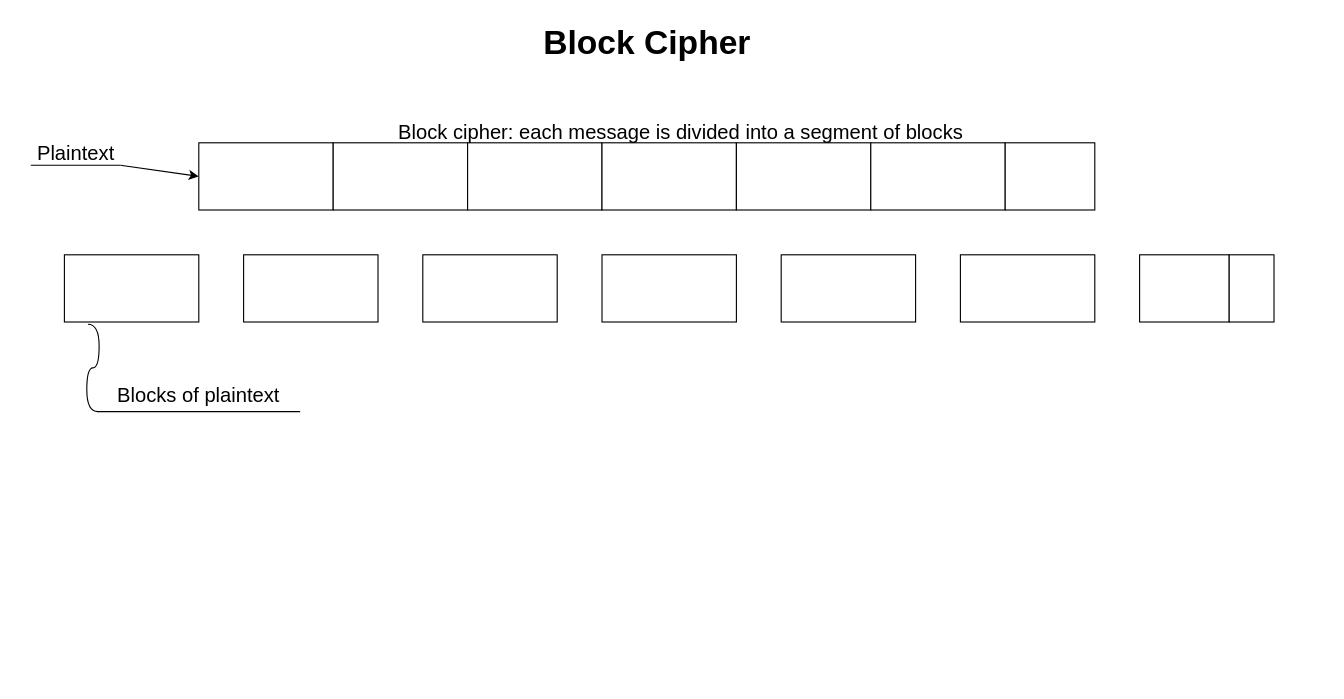
ProTapia/IST-215-Notes keeps this draw.io diagram as Block Cipher.drawio. Above is the earlier version. Source tidied: cells renumbered, new cells numbered last; positions are measured from the earlier drawing's top-left corner, leaving out a move shared by most shapes. Both pictures are drawn from the tidied source at 112%, with x=0, y=0 at pixel (30, 19).
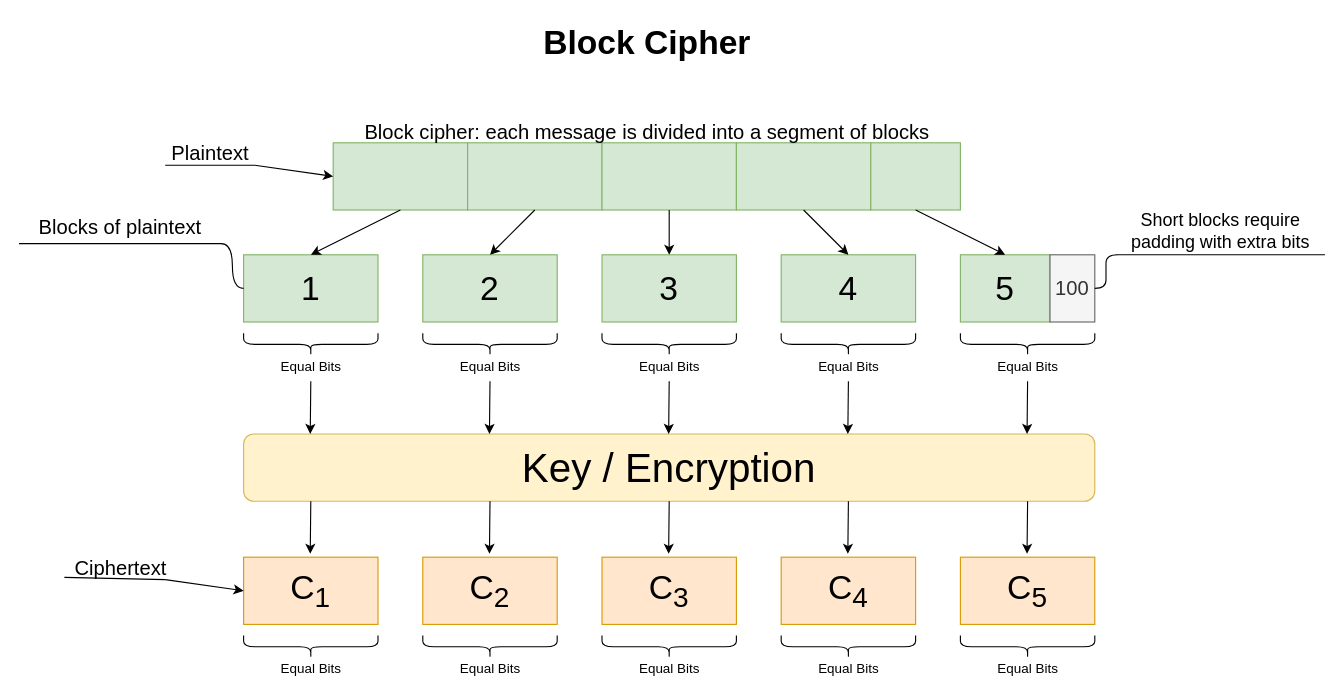
The same diagram, later.

Change to the diagram source:
```diff
@@
-    <mxCell id="3" style="rounded=0;whiteSpace=wrap;html=1;fontSize=30;" parent="1" vertex="1">
-      <mxGeometry x="150" y="110" width="120" height="60" as="geometry" />
-    </mxCell>
-    <mxCell id="4" style="rounded=0;whiteSpace=wrap;html=1;fontSize=30;" parent="1" vertex="1">
+    <mxCell id="4" style="rounded=0;whiteSpace=wrap;html=1;fontSize=30;fillColor=#d5e8d4;strokeColor=#82b366;" parent="1" vertex="1">
       <mxGeometry x="270" y="110" width="120" height="60" as="geometry" />
     </mxCell>
-    <mxCell id="5" style="rounded=0;whiteSpace=wrap;html=1;fontSize=30;" parent="1" vertex="1">
+    <mxCell id="5" style="rounded=0;whiteSpace=wrap;html=1;fontSize=30;fillColor=#d5e8d4;strokeColor=#82b366;" parent="1" vertex="1">
       <mxGeometry x="390" y="110" width="120" height="60" as="geometry" />
     </mxCell>
-    <mxCell id="6" style="rounded=0;whiteSpace=wrap;html=1;fontSize=30;" parent="1" vertex="1">
+    <mxCell id="6" style="rounded=0;whiteSpace=wrap;html=1;fontSize=30;fillColor=#d5e8d4;strokeColor=#82b366;" parent="1" vertex="1">
       <mxGeometry x="510" y="110" width="120" height="60" as="geometry" />
     </mxCell>
-    <mxCell id="7" style="rounded=0;whiteSpace=wrap;html=1;fontSize=30;" parent="1" vertex="1">
+    <mxCell id="7" style="rounded=0;whiteSpace=wrap;html=1;fontSize=30;fillColor=#d5e8d4;strokeColor=#82b366;" parent="1" vertex="1">
       <mxGeometry x="630" y="110" width="120" height="60" as="geometry" />
     </mxCell>
-    <mxCell id="8" style="rounded=0;whiteSpace=wrap;html=1;fontSize=30;" parent="1" vertex="1">
-      <mxGeometry x="750" y="110" width="120" height="60" as="geometry" />
-    </mxCell>
-    <mxCell id="9" style="rounded=0;whiteSpace=wrap;html=1;fontSize=30;" parent="1" vertex="1">
-      <mxGeometry x="870" y="110" width="80" height="60" as="geometry" />
+    <mxCell id="9" style="rounded=0;whiteSpace=wrap;html=1;fontSize=30;fillColor=#d5e8d4;strokeColor=#82b366;" parent="1" vertex="1">
+      <mxGeometry x="750" y="110" width="80" height="60" as="geometry" />
     </mxCell>
     <mxCell id="10" value="&lt;font style=&quot;font-size: 18px&quot;&gt;Plaintext&lt;/font&gt;" style="text;html=1;align=center;verticalAlign=middle;fontSize=30;" parent="1" vertex="1">
-      <mxGeometry y="90" width="80" height="50" as="geometry" />
+      <mxGeometry x="120" y="90" width="80" height="50" as="geometry" />
     </mxCell>
     <mxCell id="11" style="endArrow=none;html=1;fontSize=30;" parent="1" edge="1">
       <mxGeometry relative="1" as="geometry">
-        <mxPoint y="130" as="sourcePoint" />
-        <mxPoint x="80" y="130" as="targetPoint" />
+        <mxPoint x="120" y="130" as="sourcePoint" />
+        <mxPoint x="200" y="130" as="targetPoint" />
       </mxGeometry>
     </mxCell>
-    <mxCell id="12" style="endArrow=classic;html=1;fontSize=30;entryX=0;entryY=0.5;entryDx=0;entryDy=0;" parent="1" edge="1" target="3">
+    <mxCell id="12" style="endArrow=classic;html=1;fontSize=30;entryX=0;entryY=0.5;entryDx=0;entryDy=0;" parent="1" edge="1">
       <mxGeometry relative="1" as="geometry">
-        <mxPoint x="80" y="130" as="sourcePoint" />
+        <mxPoint x="200" y="130" as="sourcePoint" />
+        <mxPoint x="270" y="140" as="targetPoint" />
       </mxGeometry>
     </mxCell>
     <mxCell id="13" value="&lt;font style=&quot;font-size: 18px&quot;&gt;Block cipher: each message is divided into a segment of blocks&lt;/font&gt;" style="text;html=1;align=center;verticalAlign=middle;fontSize=30;" parent="1" vertex="1">
-      <mxGeometry x="320" y="71" width="520" height="50" as="geometry" />
+      <mxGeometry x="290" y="71" width="520" height="50" as="geometry" />
     </mxCell>
-    <mxCell id="14" style="rounded=0;whiteSpace=wrap;html=1;fontSize=30;" parent="1" vertex="1">
-      <mxGeometry x="30" y="210" width="120" height="60" as="geometry" />
-    </mxCell>
-    <mxCell id="15" style="rounded=0;whiteSpace=wrap;html=1;fontSize=30;" parent="1" vertex="1">
+    <mxCell id="15" value="1" style="rounded=0;whiteSpace=wrap;html=1;fontSize=30;fillColor=#d5e8d4;strokeColor=#82b366;" parent="1" vertex="1">
       <mxGeometry x="190" y="210" width="120" height="60" as="geometry" />
     </mxCell>
-    <mxCell id="16" style="rounded=0;whiteSpace=wrap;html=1;fontSize=30;" parent="1" vertex="1">
+    <mxCell id="16" value="2" style="rounded=0;whiteSpace=wrap;html=1;fontSize=30;fillColor=#d5e8d4;strokeColor=#82b366;" parent="1" vertex="1">
       <mxGeometry x="350" y="210" width="120" height="60" as="geometry" />
     </mxCell>
-    <mxCell id="17" style="rounded=0;whiteSpace=wrap;html=1;fontSize=30;" parent="1" vertex="1">
+    <mxCell id="17" value="3" style="rounded=0;whiteSpace=wrap;html=1;fontSize=30;fillColor=#d5e8d4;strokeColor=#82b366;" parent="1" vertex="1">
       <mxGeometry x="510" y="210" width="120" height="60" as="geometry" />
     </mxCell>
-    <mxCell id="18" style="rounded=0;whiteSpace=wrap;html=1;fontSize=30;" parent="1" vertex="1">
+    <mxCell id="18" value="4" style="rounded=0;whiteSpace=wrap;html=1;fontSize=30;fillColor=#d5e8d4;strokeColor=#82b366;" parent="1" vertex="1">
       <mxGeometry x="670" y="210" width="120" height="60" as="geometry" />
     </mxCell>
-    <mxCell id="19" style="rounded=0;whiteSpace=wrap;html=1;fontSize=30;" parent="1" vertex="1">
-      <mxGeometry x="830" y="210" width="120" height="60" as="geometry" />
-    </mxCell>
-    <mxCell id="20" style="rounded=0;whiteSpace=wrap;html=1;fontSize=30;" parent="1" vertex="1">
-      <mxGeometry x="990" y="210" width="80" height="60" as="geometry" />
+    <mxCell id="20" value="5" style="rounded=0;whiteSpace=wrap;html=1;fontSize=30;fillColor=#d5e8d4;strokeColor=#82b366;" parent="1" vertex="1">
+      <mxGeometry x="830" y="210" width="80" height="60" as="geometry" />
     </mxCell>
@@
     <mxCell id="22" value="Blocks of plaintext" style="whiteSpace=wrap;html=1;shape=partialRectangle;top=0;left=0;bottom=1;right=0;points=[[0,1],[1,1]];strokeColor=#000000;fillColor=none;align=center;verticalAlign=bottom;routingCenterY=0.5;snapToPoint=1;fontSize=18;" parent="1" vertex="1">
-      <mxGeometry x="60" y="320" width="180" height="30" as="geometry" />
+      <mxGeometry x="-10" y="170" width="180" height="30" as="geometry" />
     </mxCell>
-    <mxCell id="23" style="edgeStyle=entityRelationEdgeStyle;startArrow=none;endArrow=none;segment=10;curved=1;fontSize=18;entryX=0;entryY=1;entryDx=0;entryDy=0;exitX=0.175;exitY=1.033;exitDx=0;exitDy=0;exitPerimeter=0;" parent="1" edge="1" source="14" target="22">
+    <mxCell id="23" style="edgeStyle=entityRelationEdgeStyle;startArrow=none;endArrow=none;segment=10;curved=1;fontSize=18;entryX=1;entryY=1;entryDx=0;entryDy=0;" parent="1" edge="1" source="15" target="22">
       <mxGeometry relative="1" as="geometry" />
     </mxCell>
-    <mxCell id="24" style="rounded=0;whiteSpace=wrap;html=1;fontSize=18;" parent="1" vertex="1">
-      <mxGeometry x="1070" y="210" width="40" height="60" as="geometry" />
+    <mxCell id="24" value="100" style="rounded=0;whiteSpace=wrap;html=1;fontSize=18;fillColor=#f5f5f5;strokeColor=#666666;fontColor=#333333;" parent="1" vertex="1">
+      <mxGeometry x="910" y="210" width="40" height="60" as="geometry" />
     </mxCell>
+    <mxCell id="25" style="endArrow=classic;html=1;exitX=0.5;exitY=1;exitDx=0;exitDy=0;entryX=0.5;entryY=0;entryDx=0;entryDy=0;" parent="1" edge="1" source="4" target="15">
+      <mxGeometry relative="1" as="geometry" />
+    </mxCell>
+    <mxCell id="26" style="endArrow=classic;html=1;exitX=0.5;exitY=1;exitDx=0;exitDy=0;entryX=0.5;entryY=0;entryDx=0;entryDy=0;" parent="1" edge="1" source="5" target="16">
+      <mxGeometry relative="1" as="geometry" />
+    </mxCell>
+    <mxCell id="27" style="endArrow=classic;html=1;exitX=0.5;exitY=1;exitDx=0;exitDy=0;entryX=0.5;entryY=0;entryDx=0;entryDy=0;" parent="1" edge="1" source="6" target="17">
+      <mxGeometry relative="1" as="geometry" />
+    </mxCell>
+    <mxCell id="28" style="endArrow=classic;html=1;exitX=0.5;exitY=1;exitDx=0;exitDy=0;entryX=0.5;entryY=0;entryDx=0;entryDy=0;" parent="1" edge="1" source="7" target="18">
+      <mxGeometry relative="1" as="geometry" />
+    </mxCell>
+    <mxCell id="29" style="endArrow=classic;html=1;exitX=0.5;exitY=1;exitDx=0;exitDy=0;entryX=0.5;entryY=0;entryDx=0;entryDy=0;" parent="1" edge="1" source="9" target="20">
+      <mxGeometry relative="1" as="geometry" />
+    </mxCell>
+    <mxCell id="30" value="&lt;font style=&quot;font-size: 16px&quot;&gt;Short blocks require padding with extra bits&lt;/font&gt;" style="whiteSpace=wrap;html=1;shape=partialRectangle;top=0;left=0;bottom=1;right=0;points=[[0,1],[1,1]];strokeColor=#000000;fillColor=none;align=center;verticalAlign=bottom;routingCenterY=0.5;snapToPoint=1;" parent="1" vertex="1">
+      <mxGeometry x="970" y="190" width="185" height="20" as="geometry" />
+    </mxCell>
+    <mxCell id="31" style="edgeStyle=entityRelationEdgeStyle;startArrow=none;endArrow=none;segment=10;curved=1;" parent="1" edge="1" target="30">
+      <mxGeometry relative="1" as="geometry">
+        <mxPoint x="950" y="240" as="sourcePoint" />
+      </mxGeometry>
+    </mxCell>
+    <mxCell id="32" style="shape=curlyBracket;whiteSpace=wrap;html=1;rounded=1;rotation=-90;" parent="1" vertex="1">
+      <mxGeometry x="240" y="230" width="20" height="120" as="geometry" />
+    </mxCell>
+    <mxCell id="33" style="shape=curlyBracket;whiteSpace=wrap;html=1;rounded=1;rotation=-90;" parent="1" vertex="1">
+      <mxGeometry x="880" y="230" width="20" height="120" as="geometry" />
+    </mxCell>
+    <mxCell id="34" style="shape=curlyBracket;whiteSpace=wrap;html=1;rounded=1;rotation=-90;" parent="1" vertex="1">
+      <mxGeometry x="720" y="230" width="20" height="120" as="geometry" />
+    </mxCell>
+    <mxCell id="35" style="shape=curlyBracket;whiteSpace=wrap;html=1;rounded=1;rotation=-90;" parent="1" vertex="1">
+      <mxGeometry x="560" y="230" width="20" height="120" as="geometry" />
+    </mxCell>
+    <mxCell id="36" style="shape=curlyBracket;whiteSpace=wrap;html=1;rounded=1;rotation=-90;" parent="1" vertex="1">
+      <mxGeometry x="400" y="230" width="20" height="120" as="geometry" />
+    </mxCell>
+    <mxCell id="37" value="Equal Bits" style="text;html=1;align=center;verticalAlign=middle;points=[];" parent="1" vertex="1">
+      <mxGeometry x="215" y="300" width="70" height="20" as="geometry" />
+    </mxCell>
+    <mxCell id="38" value="Equal Bits" style="text;html=1;align=center;verticalAlign=middle;" parent="1" vertex="1">
+      <mxGeometry x="855" y="300" width="70" height="20" as="geometry" />
+    </mxCell>
+    <mxCell id="39" value="Equal Bits" style="text;html=1;align=center;verticalAlign=middle;" parent="1" vertex="1">
+      <mxGeometry x="695" y="300" width="70" height="20" as="geometry" />
+    </mxCell>
+    <mxCell id="40" value="Equal Bits" style="text;html=1;align=center;verticalAlign=middle;" parent="1" vertex="1">
+      <mxGeometry x="535" y="300" width="70" height="20" as="geometry" />
+    </mxCell>
+    <mxCell id="41" value="Equal Bits" style="text;html=1;align=center;verticalAlign=middle;" parent="1" vertex="1">
+      <mxGeometry x="375" y="300" width="70" height="20" as="geometry" />
+    </mxCell>
+    <mxCell id="42" value="&lt;font style=&quot;font-size: 36px&quot;&gt;Key / Encryption&lt;/font&gt;" style="rounded=1;whiteSpace=wrap;html=1;fillColor=#fff2cc;strokeColor=#d6b656;" parent="1" vertex="1">
+      <mxGeometry x="190" y="370" width="760" height="60" as="geometry" />
+    </mxCell>
+    <mxCell id="43" style="endArrow=classic;html=1;exitX=0.5;exitY=1.15;exitDx=0;exitDy=0;exitPerimeter=0;" parent="1" edge="1" source="37">
+      <mxGeometry relative="1" as="geometry">
+        <mxPoint x="249.5" y="370" as="targetPoint" />
+      </mxGeometry>
+    </mxCell>
+    <mxCell id="44" style="endArrow=classic;html=1;exitX=0.5;exitY=1.15;exitDx=0;exitDy=0;exitPerimeter=0;" parent="1" edge="1">
+      <mxGeometry relative="1" as="geometry">
+        <mxPoint x="890" y="323" as="sourcePoint" />
+        <mxPoint x="889.5" y="370" as="targetPoint" />
+      </mxGeometry>
+    </mxCell>
+    <mxCell id="45" style="endArrow=classic;html=1;exitX=0.5;exitY=1.15;exitDx=0;exitDy=0;exitPerimeter=0;" parent="1" edge="1">
+      <mxGeometry relative="1" as="geometry">
+        <mxPoint x="730" y="323" as="sourcePoint" />
+        <mxPoint x="729.5" y="370" as="targetPoint" />
+      </mxGeometry>
+    </mxCell>
+    <mxCell id="46" style="endArrow=classic;html=1;exitX=0.5;exitY=1.15;exitDx=0;exitDy=0;exitPerimeter=0;" parent="1" edge="1">
+      <mxGeometry relative="1" as="geometry">
+        <mxPoint x="570" y="323" as="sourcePoint" />
+        <mxPoint x="569.5" y="370" as="targetPoint" />
+      </mxGeometry>
+    </mxCell>
+    <mxCell id="47" style="endArrow=classic;html=1;exitX=0.5;exitY=1.15;exitDx=0;exitDy=0;exitPerimeter=0;" parent="1" edge="1">
+      <mxGeometry relative="1" as="geometry">
+        <mxPoint x="410" y="323" as="sourcePoint" />
+        <mxPoint x="409.5" y="370" as="targetPoint" />
+      </mxGeometry>
+    </mxCell>
+    <mxCell id="48" style="endArrow=classic;html=1;exitX=0.5;exitY=1.15;exitDx=0;exitDy=0;exitPerimeter=0;" parent="1" edge="1">
+      <mxGeometry relative="1" as="geometry">
+        <mxPoint x="250" y="430" as="sourcePoint" />
+        <mxPoint x="249.5" y="477" as="targetPoint" />
+      </mxGeometry>
+    </mxCell>
+    <mxCell id="49" style="endArrow=classic;html=1;exitX=0.5;exitY=1.15;exitDx=0;exitDy=0;exitPerimeter=0;" parent="1" edge="1">
+      <mxGeometry relative="1" as="geometry">
+        <mxPoint x="890" y="430" as="sourcePoint" />
+        <mxPoint x="889.5" y="477" as="targetPoint" />
+      </mxGeometry>
+    </mxCell>
+    <mxCell id="50" style="endArrow=classic;html=1;exitX=0.5;exitY=1.15;exitDx=0;exitDy=0;exitPerimeter=0;" parent="1" edge="1">
+      <mxGeometry relative="1" as="geometry">
+        <mxPoint x="730" y="430" as="sourcePoint" />
+        <mxPoint x="729.5" y="477" as="targetPoint" />
+      </mxGeometry>
+    </mxCell>
+    <mxCell id="51" style="endArrow=classic;html=1;exitX=0.5;exitY=1.15;exitDx=0;exitDy=0;exitPerimeter=0;" parent="1" edge="1">
+      <mxGeometry relative="1" as="geometry">
+        <mxPoint x="570" y="430" as="sourcePoint" />
+        <mxPoint x="569.5" y="477" as="targetPoint" />
+      </mxGeometry>
+    </mxCell>
+    <mxCell id="52" style="endArrow=classic;html=1;exitX=0.5;exitY=1.15;exitDx=0;exitDy=0;exitPerimeter=0;" parent="1" edge="1">
+      <mxGeometry relative="1" as="geometry">
+        <mxPoint x="410" y="430" as="sourcePoint" />
+        <mxPoint x="409.5" y="477" as="targetPoint" />
+      </mxGeometry>
+    </mxCell>
+    <mxCell id="53" value="C&lt;sub&gt;1&lt;/sub&gt;" style="rounded=0;whiteSpace=wrap;html=1;fontSize=30;fillColor=#ffe6cc;strokeColor=#d79b00;" parent="1" vertex="1">
+      <mxGeometry x="190" y="480" width="120" height="60" as="geometry" />
+    </mxCell>
+    <mxCell id="54" value="C&lt;sub&gt;2&lt;/sub&gt;" style="rounded=0;whiteSpace=wrap;html=1;fontSize=30;fillColor=#ffe6cc;strokeColor=#d79b00;" parent="1" vertex="1">
+      <mxGeometry x="350" y="480" width="120" height="60" as="geometry" />
+    </mxCell>
+    <mxCell id="55" value="C&lt;sub&gt;3&lt;/sub&gt;" style="rounded=0;whiteSpace=wrap;html=1;fontSize=30;fillColor=#ffe6cc;strokeColor=#d79b00;" parent="1" vertex="1">
+      <mxGeometry x="510" y="480" width="120" height="60" as="geometry" />
+    </mxCell>
+    <mxCell id="56" value="C&lt;sub&gt;4&lt;/sub&gt;" style="rounded=0;whiteSpace=wrap;html=1;fontSize=30;fillColor=#ffe6cc;strokeColor=#d79b00;" parent="1" vertex="1">
+      <mxGeometry x="670" y="480" width="120" height="60" as="geometry" />
+    </mxCell>
+    <mxCell id="57" value="C&lt;sub&gt;5&lt;/sub&gt;" style="rounded=0;whiteSpace=wrap;html=1;fontSize=30;fillColor=#ffe6cc;strokeColor=#d79b00;" parent="1" vertex="1">
+      <mxGeometry x="830" y="480" width="120" height="60" as="geometry" />
+    </mxCell>
+    <mxCell id="58" value="&lt;font style=&quot;font-size: 18px&quot;&gt;Ciphertext&lt;/font&gt;" style="text;html=1;align=center;verticalAlign=middle;points=[];fontSize=30;" parent="1" vertex="1">
+      <mxGeometry x="30" y="460" width="100" height="50" as="geometry" />
+    </mxCell>
+    <mxCell id="59" style="endArrow=none;html=1;fontSize=30;exitX=0;exitY=0.76;exitDx=0;exitDy=0;exitPerimeter=0;" parent="1" edge="1" source="58">
+      <mxGeometry relative="1" as="geometry">
+        <mxPoint x="120" y="500" as="targetPoint" />
+      </mxGeometry>
+    </mxCell>
+    <mxCell id="60" style="endArrow=classic;html=1;fontSize=30;entryX=0;entryY=0.5;entryDx=0;entryDy=0;" parent="1" edge="1">
+      <mxGeometry relative="1" as="geometry">
+        <mxPoint x="120" y="500" as="sourcePoint" />
+        <mxPoint x="190" y="510" as="targetPoint" />
+      </mxGeometry>
+    </mxCell>
+    <mxCell id="61" style="shape=curlyBracket;whiteSpace=wrap;html=1;rounded=1;rotation=-90;" parent="1" vertex="1">
+      <mxGeometry x="240" y="500" width="20" height="120" as="geometry" />
+    </mxCell>
+    <mxCell id="62" style="shape=curlyBracket;whiteSpace=wrap;html=1;rounded=1;rotation=-90;" parent="1" vertex="1">
+      <mxGeometry x="880" y="500" width="20" height="120" as="geometry" />
+    </mxCell>
+    <mxCell id="63" style="shape=curlyBracket;whiteSpace=wrap;html=1;rounded=1;rotation=-90;" parent="1" vertex="1">
+      <mxGeometry x="720" y="500" width="20" height="120" as="geometry" />
+    </mxCell>
+    <mxCell id="64" style="shape=curlyBracket;whiteSpace=wrap;html=1;rounded=1;rotation=-90;" parent="1" vertex="1">
+      <mxGeometry x="560" y="500" width="20" height="120" as="geometry" />
+    </mxCell>
+    <mxCell id="65" style="shape=curlyBracket;whiteSpace=wrap;html=1;rounded=1;rotation=-90;" parent="1" vertex="1">
+      <mxGeometry x="400" y="500" width="20" height="120" as="geometry" />
+    </mxCell>
+    <mxCell id="66" value="Equal Bits" style="text;html=1;align=center;verticalAlign=middle;" parent="1" vertex="1">
+      <mxGeometry x="215" y="570" width="70" height="20" as="geometry" />
+    </mxCell>
+    <mxCell id="67" value="Equal Bits" style="text;html=1;align=center;verticalAlign=middle;" parent="1" vertex="1">
+      <mxGeometry x="855" y="570" width="70" height="20" as="geometry" />
+    </mxCell>
+    <mxCell id="68" value="Equal Bits" style="text;html=1;align=center;verticalAlign=middle;" parent="1" vertex="1">
+      <mxGeometry x="695" y="570" width="70" height="20" as="geometry" />
+    </mxCell>
+    <mxCell id="69" value="Equal Bits" style="text;html=1;align=center;verticalAlign=middle;" parent="1" vertex="1">
+      <mxGeometry x="535" y="570" width="70" height="20" as="geometry" />
+    </mxCell>
+    <mxCell id="70" value="Equal Bits" style="text;html=1;align=center;verticalAlign=middle;" parent="1" vertex="1">
+      <mxGeometry x="375" y="570" width="70" height="20" as="geometry" />
+    </mxCell>
```
